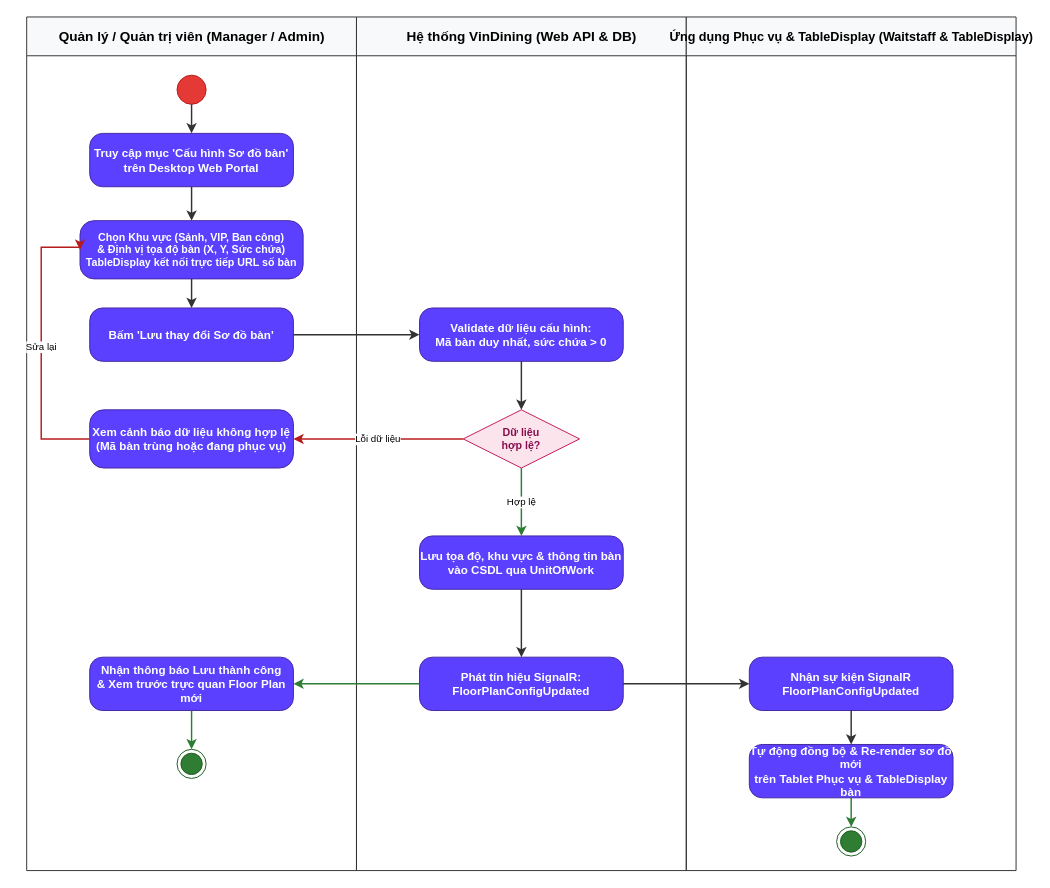
Before: docs/phase1/drawio/ad08_floor_plan.drawio in AndrewQng/VinDining, a draw.io diagram. Source tidied: cells renumbered, new cells numbered last; positions are measured from the earlier drawing's top-left corner, leaving out a move shared by most shapes. Both pictures are drawn from the tidied source at 97%, with x=0, y=0 at pixel (26, 16).
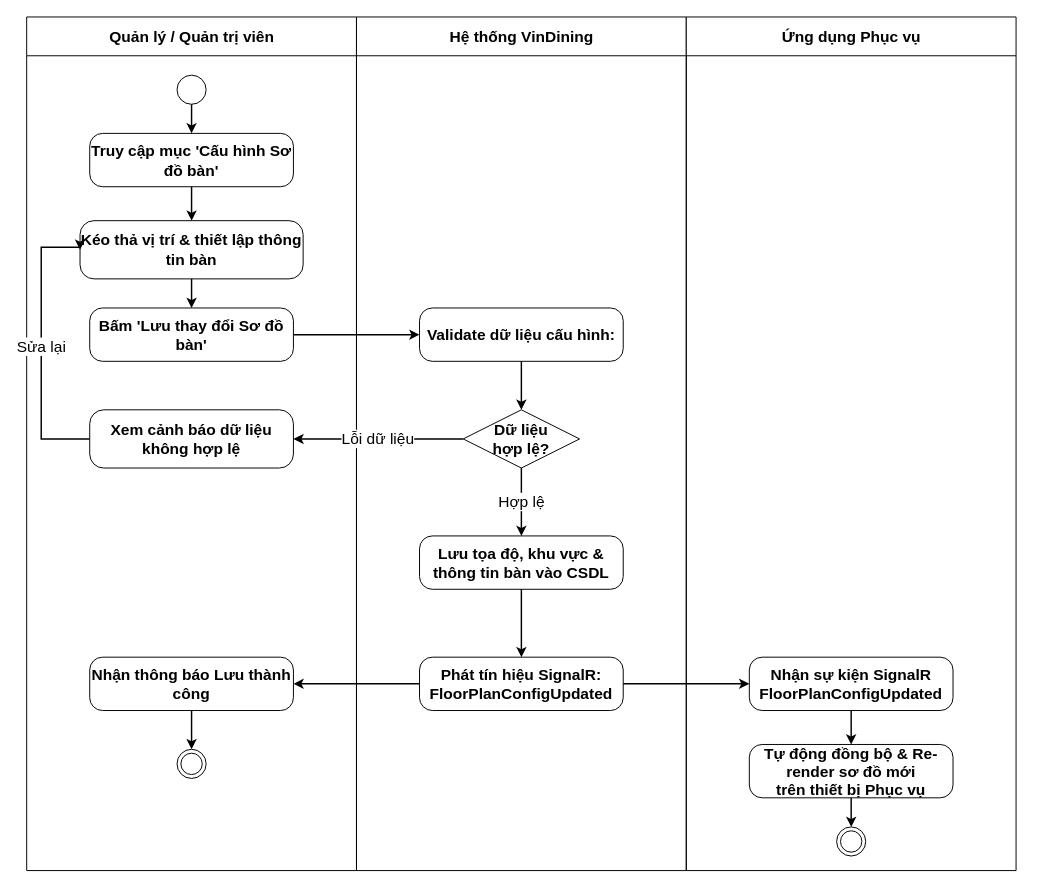
The same diagram, later.

Change to the diagram source:
```diff
@@
-    <mxCell id="2" value="Quản lý / Quản trị viên (Manager / Admin)" style="swimlane;html=1;startSize=40;horizontal=1;fontStyle=1;fontSize=14;align=center;verticalAlign=middle;fillColor=#f8f9fa;strokeColor=#333333;swimlaneLine=1;" parent="1" vertex="1">
+    <mxCell id="2" value="Quản lý / Quản trị viên" style="swimlane;html=1;startSize=40;horizontal=1;fontStyle=1;fontSize=16;align=center;verticalAlign=middle;swimlaneLine=1;" parent="1" vertex="1">
       <mxGeometry width="340" height="880" as="geometry" />
     </mxCell>
-    <mxCell id="3" style="ellipse;whiteSpace=wrap;html=1;fillColor=#e53935;strokeColor=#b71c1c;" parent="2" vertex="1">
+    <mxCell id="3" style="ellipse;whiteSpace=wrap;html=1;fontSize=16;" parent="2" vertex="1">
       <mxGeometry x="155" y="60" width="30" height="30" as="geometry" />
     </mxCell>
-    <mxCell id="4" value="Truy cập mục 'Cấu hình Sơ đồ bàn'&#10;trên Desktop Web Portal" style="rounded=1;arcSize=24;whiteSpace=wrap;html=1;fillColor=#5b40ff;strokeColor=#4527a0;fontColor=#ffffff;fontStyle=1;fontSize=12;align=center;verticalAlign=middle;" parent="2" vertex="1">
+    <mxCell id="4" value="Truy cập mục 'Cấu hình Sơ đồ bàn'" style="rounded=1;arcSize=24;whiteSpace=wrap;html=1;fontStyle=1;fontSize=16;align=center;verticalAlign=middle;" parent="2" vertex="1">
       <mxGeometry x="65" y="120" width="210" height="55" as="geometry" />
     </mxCell>
-    <mxCell id="5" value="Chọn Khu vực (Sảnh, VIP, Ban công)&#10;&amp; Định vị tọa độ bàn (X, Y, Sức chứa)&#10;TableDisplay kết nối trực tiếp URL số bàn" style="rounded=1;arcSize=24;whiteSpace=wrap;html=1;fillColor=#5b40ff;strokeColor=#4527a0;fontColor=#ffffff;fontStyle=1;fontSize=11;align=center;verticalAlign=middle;" parent="2" vertex="1">
+    <mxCell id="5" value="Kéo thả vị trí &amp;amp; thiết lập thông tin bàn" style="rounded=1;arcSize=24;whiteSpace=wrap;html=1;fontStyle=1;fontSize=16;align=center;verticalAlign=middle;" parent="2" vertex="1">
       <mxGeometry x="55" y="210" width="230" height="60" as="geometry" />
     </mxCell>
-    <mxCell id="6" value="Bấm 'Lưu thay đổi Sơ đồ bàn'" style="rounded=1;arcSize=24;whiteSpace=wrap;html=1;fillColor=#5b40ff;strokeColor=#4527a0;fontColor=#ffffff;fontStyle=1;fontSize=12;align=center;verticalAlign=middle;" parent="2" vertex="1">
+    <mxCell id="6" value="Bấm 'Lưu thay đổi Sơ đồ bàn'" style="rounded=1;arcSize=24;whiteSpace=wrap;html=1;fontStyle=1;fontSize=16;align=center;verticalAlign=middle;" parent="2" vertex="1">
       <mxGeometry x="65" y="300" width="210" height="55" as="geometry" />
     </mxCell>
-    <mxCell id="7" value="Xem cảnh báo dữ liệu không hợp lệ&#10;(Mã bàn trùng hoặc đang phục vụ)" style="rounded=1;arcSize=24;whiteSpace=wrap;html=1;fillColor=#5b40ff;strokeColor=#4527a0;fontColor=#ffffff;fontStyle=1;fontSize=12;align=center;verticalAlign=middle;" parent="2" vertex="1">
+    <mxCell id="7" value="Xem cảnh báo dữ liệu không hợp lệ" style="rounded=1;arcSize=24;whiteSpace=wrap;html=1;fontStyle=1;fontSize=16;align=center;verticalAlign=middle;" parent="2" vertex="1">
       <mxGeometry x="65" y="405" width="210" height="60" as="geometry" />
     </mxCell>
-    <mxCell id="8" value="Nhận thông báo Lưu thành công&#10;&amp; Xem trước trực quan Floor Plan mới" style="rounded=1;arcSize=24;whiteSpace=wrap;html=1;fillColor=#5b40ff;strokeColor=#4527a0;fontColor=#ffffff;fontStyle=1;fontSize=12;align=center;verticalAlign=middle;" parent="2" vertex="1">
+    <mxCell id="8" value="Nhận thông báo Lưu thành công" style="rounded=1;arcSize=24;whiteSpace=wrap;html=1;fontStyle=1;fontSize=16;align=center;verticalAlign=middle;" parent="2" vertex="1">
       <mxGeometry x="65" y="660" width="210" height="55" as="geometry" />
     </mxCell>
-    <mxCell id="9" style="ellipse;html=1;shape=endState;fillColor=#2e7d32;strokeColor=#1b5e20;" parent="2" vertex="1">
+    <mxCell id="9" style="ellipse;html=1;shape=endState;fontSize=16;" parent="2" vertex="1">
       <mxGeometry x="155" y="755" width="30" height="30" as="geometry" />
     </mxCell>
-    <mxCell id="10" value="Hệ thống VinDining (Web API &amp; DB)" style="swimlane;html=1;startSize=40;horizontal=1;fontStyle=1;fontSize=14;align=center;verticalAlign=middle;fillColor=#f8f9fa;strokeColor=#333333;swimlaneLine=1;" parent="1" vertex="1">
+    <mxCell id="10" value="Hệ thống VinDining" style="swimlane;html=1;startSize=40;horizontal=1;fontStyle=1;fontSize=16;align=center;verticalAlign=middle;swimlaneLine=1;" parent="1" vertex="1">
       <mxGeometry x="340" width="340" height="880" as="geometry" />
     </mxCell>
-    <mxCell id="11" value="Validate dữ liệu cấu hình:&#10;Mã bàn duy nhất, sức chứa &gt; 0" style="rounded=1;arcSize=24;whiteSpace=wrap;html=1;fillColor=#5b40ff;strokeColor=#4527a0;fontColor=#ffffff;fontStyle=1;fontSize=12;align=center;verticalAlign=middle;" parent="10" vertex="1">
+    <mxCell id="11" value="Validate dữ liệu cấu hình:" style="rounded=1;arcSize=24;whiteSpace=wrap;html=1;fontStyle=1;fontSize=16;align=center;verticalAlign=middle;" parent="10" vertex="1">
       <mxGeometry x="65" y="300" width="210" height="55" as="geometry" />
     </mxCell>
-    <mxCell id="12" value="Dữ liệu&#10;hợp lệ?" style="rhombus;whiteSpace=wrap;html=1;fillColor=#fce4ec;strokeColor=#c2185b;fontColor=#880e4f;fontStyle=1;fontSize=11;align=center;verticalAlign=middle;" parent="10" vertex="1">
+    <mxCell id="12" value="Dữ liệu&#10;hợp lệ?" style="rhombus;whiteSpace=wrap;html=1;fontStyle=1;fontSize=16;align=center;verticalAlign=middle;" parent="10" vertex="1">
       <mxGeometry x="110" y="405" width="120" height="60" as="geometry" />
     </mxCell>
-    <mxCell id="13" value="Lưu tọa độ, khu vực &amp; thông tin bàn&#10;vào CSDL qua UnitOfWork" style="rounded=1;arcSize=24;whiteSpace=wrap;html=1;fillColor=#5b40ff;strokeColor=#4527a0;fontColor=#ffffff;fontStyle=1;fontSize=12;align=center;verticalAlign=middle;" parent="10" vertex="1">
+    <mxCell id="13" value="Lưu tọa độ, khu vực &amp;amp; thông tin bàn vào CSDL" style="rounded=1;arcSize=24;whiteSpace=wrap;html=1;fontStyle=1;fontSize=16;align=center;verticalAlign=middle;" parent="10" vertex="1">
       <mxGeometry x="65" y="535" width="210" height="55" as="geometry" />
     </mxCell>
-    <mxCell id="14" value="Phát tín hiệu SignalR:&#10;FloorPlanConfigUpdated" style="rounded=1;arcSize=24;whiteSpace=wrap;html=1;fillColor=#5b40ff;strokeColor=#4527a0;fontColor=#ffffff;fontStyle=1;fontSize=12;align=center;verticalAlign=middle;" parent="10" vertex="1">
+    <mxCell id="14" value="Phát tín hiệu SignalR:&#10;FloorPlanConfigUpdated" style="rounded=1;arcSize=24;whiteSpace=wrap;html=1;fontStyle=1;fontSize=16;align=center;verticalAlign=middle;" parent="10" vertex="1">
       <mxGeometry x="65" y="660" width="210" height="55" as="geometry" />
     </mxCell>
-    <mxCell id="15" value="Ứng dụng Phục vụ &amp; TableDisplay (Waitstaff &amp; TableDisplay)" style="swimlane;html=1;startSize=40;horizontal=1;fontStyle=1;fontSize=13;align=center;verticalAlign=middle;fillColor=#f8f9fa;strokeColor=#333333;swimlaneLine=1;" parent="1" vertex="1">
+    <mxCell id="15" value="Ứng dụng Phục vụ" style="swimlane;html=1;startSize=40;horizontal=1;fontStyle=1;fontSize=16;align=center;verticalAlign=middle;swimlaneLine=1;" parent="1" vertex="1">
       <mxGeometry x="680" width="340" height="880" as="geometry" />
     </mxCell>
-    <mxCell id="16" value="Nhận sự kiện SignalR&#10;FloorPlanConfigUpdated" style="rounded=1;arcSize=24;whiteSpace=wrap;html=1;fillColor=#5b40ff;strokeColor=#4527a0;fontColor=#ffffff;fontStyle=1;fontSize=12;align=center;verticalAlign=middle;" parent="15" vertex="1">
+    <mxCell id="16" value="Nhận sự kiện SignalR&#10;FloorPlanConfigUpdated" style="rounded=1;arcSize=24;whiteSpace=wrap;html=1;fontStyle=1;fontSize=16;align=center;verticalAlign=middle;" parent="15" vertex="1">
       <mxGeometry x="65" y="660" width="210" height="55" as="geometry" />
     </mxCell>
-    <mxCell id="17" value="Tự động đồng bộ &amp; Re-render sơ đồ mới&#10;trên Tablet Phục vụ &amp; TableDisplay bàn" style="rounded=1;arcSize=24;whiteSpace=wrap;html=1;fillColor=#5b40ff;strokeColor=#4527a0;fontColor=#ffffff;fontStyle=1;fontSize=12;align=center;verticalAlign=middle;" parent="15" vertex="1">
+    <mxCell id="17" value="Tự động đồng bộ &amp;amp; Re-render sơ đồ mới&#10;trên thiết bị Phục vụ" style="rounded=1;arcSize=24;whiteSpace=wrap;html=1;fontStyle=1;fontSize=16;align=center;verticalAlign=middle;" parent="15" vertex="1">
       <mxGeometry x="65" y="750" width="210" height="55" as="geometry" />
     </mxCell>
-    <mxCell id="18" style="ellipse;html=1;shape=endState;fillColor=#2e7d32;strokeColor=#1b5e20;" parent="15" vertex="1">
+    <mxCell id="18" style="ellipse;html=1;shape=endState;fontSize=16;" parent="15" vertex="1">
       <mxGeometry x="155" y="835" width="30" height="30" as="geometry" />
     </mxCell>
-    <mxCell id="19" style="edgeStyle=orthogonalEdgeStyle;rounded=0;strokeColor=#333333;strokeWidth=1.5;html=1;" parent="1" edge="1" source="3" target="4">
+    <mxCell id="19" style="edgeStyle=orthogonalEdgeStyle;rounded=0;strokeWidth=1.5;html=1;fontSize=16;" parent="1" edge="1" source="3" target="4">
       <mxGeometry relative="1" as="geometry" />
     </mxCell>
-    <mxCell id="20" style="edgeStyle=orthogonalEdgeStyle;rounded=0;strokeColor=#333333;strokeWidth=1.5;html=1;" parent="1" edge="1" source="4" target="5">
+    <mxCell id="20" style="edgeStyle=orthogonalEdgeStyle;rounded=0;strokeWidth=1.5;html=1;fontSize=16;" parent="1" edge="1" source="4" target="5">
       <mxGeometry relative="1" as="geometry" />
     </mxCell>
-    <mxCell id="21" style="edgeStyle=orthogonalEdgeStyle;rounded=0;strokeColor=#333333;strokeWidth=1.5;html=1;" parent="1" edge="1" source="5" target="6">
+    <mxCell id="21" style="edgeStyle=orthogonalEdgeStyle;rounded=0;strokeWidth=1.5;html=1;fontSize=16;" parent="1" edge="1" source="5" target="6">
       <mxGeometry relative="1" as="geometry" />
     </mxCell>
-    <mxCell id="22" style="edgeStyle=orthogonalEdgeStyle;rounded=0;strokeColor=#333333;strokeWidth=1.5;html=1;exitX=1;exitY=0.5;entryX=0;entryY=0.5;" parent="1" edge="1" source="6" target="11">
+    <mxCell id="22" style="edgeStyle=orthogonalEdgeStyle;rounded=0;strokeWidth=1.5;html=1;exitX=1;exitY=0.5;entryX=0;entryY=0.5;fontSize=16;" parent="1" edge="1" source="6" target="11">
       <mxGeometry relative="1" as="geometry" />
     </mxCell>
-    <mxCell id="23" style="edgeStyle=orthogonalEdgeStyle;rounded=0;strokeColor=#333333;strokeWidth=1.5;html=1;exitX=0.5;exitY=1;entryX=0.5;entryY=0;" parent="1" edge="1" source="11" target="12">
+    <mxCell id="23" style="edgeStyle=orthogonalEdgeStyle;rounded=0;strokeWidth=1.5;html=1;exitX=0.5;exitY=1;entryX=0.5;entryY=0;fontSize=16;" parent="1" edge="1" source="11" target="12">
       <mxGeometry relative="1" as="geometry" />
     </mxCell>
-    <mxCell id="24" value="Lỗi dữ liệu" style="edgeStyle=orthogonalEdgeStyle;rounded=0;strokeColor=#b71c1c;strokeWidth=1.5;html=1;fontSize=10;labelBackgroundColor=#ffffff;exitX=0;exitY=0.5;entryX=1;entryY=0.5;" parent="1" edge="1" source="12" target="7">
+    <mxCell id="24" value="Lỗi dữ liệu" style="edgeStyle=orthogonalEdgeStyle;rounded=0;strokeWidth=1.5;html=1;fontSize=16;labelBackgroundColor=#ffffff;exitX=0;exitY=0.5;entryX=1;entryY=0.5;" parent="1" edge="1" source="12" target="7">
       <mxGeometry relative="1" as="geometry" />
     </mxCell>
-    <mxCell id="25" value="Sửa lại" style="edgeStyle=orthogonalEdgeStyle;rounded=0;strokeColor=#b71c1c;strokeWidth=1.5;html=1;fontSize=10;labelBackgroundColor=#ffffff;exitX=0;exitY=0.5;entryX=0;entryY=0.5;" parent="1" edge="1" source="7" target="5">
+    <mxCell id="25" value="Sửa lại" style="edgeStyle=orthogonalEdgeStyle;rounded=0;strokeWidth=1.5;html=1;fontSize=16;labelBackgroundColor=#ffffff;exitX=0;exitY=0.5;entryX=0;entryY=0.5;" parent="1" edge="1" source="7" target="5">
       <mxGeometry relative="1" as="geometry">
         <Array as="points">
           <mxPoint x="15" y="435" />
           <mxPoint x="15" y="237.5" />
         </Array>
       </mxGeometry>
     </mxCell>
-    <mxCell id="26" value="Hợp lệ" style="edgeStyle=orthogonalEdgeStyle;rounded=0;strokeColor=#2e7d32;strokeWidth=1.5;html=1;fontSize=10;labelBackgroundColor=#ffffff;exitX=0.5;exitY=1;entryX=0.5;entryY=0;" parent="1" edge="1" source="12" target="13">
+    <mxCell id="26" value="Hợp lệ" style="edgeStyle=orthogonalEdgeStyle;rounded=0;strokeWidth=1.5;html=1;fontSize=16;labelBackgroundColor=#ffffff;exitX=0.5;exitY=1;entryX=0.5;entryY=0;" parent="1" edge="1" source="12" target="13">
       <mxGeometry relative="1" as="geometry" />
     </mxCell>
-    <mxCell id="27" style="edgeStyle=orthogonalEdgeStyle;rounded=0;strokeColor=#333333;strokeWidth=1.5;html=1;exitX=0.5;exitY=1;entryX=0.5;entryY=0;" parent="1" edge="1" source="13" target="14">
+    <mxCell id="27" style="edgeStyle=orthogonalEdgeStyle;rounded=0;strokeWidth=1.5;html=1;exitX=0.5;exitY=1;entryX=0.5;entryY=0;fontSize=16;" parent="1" edge="1" source="13" target="14">
       <mxGeometry relative="1" as="geometry" />
     </mxCell>
-    <mxCell id="28" style="edgeStyle=orthogonalEdgeStyle;rounded=0;strokeColor=#2e7d32;strokeWidth=1.5;html=1;exitX=0;exitY=0.5;entryX=1;entryY=0.5;" parent="1" edge="1" source="14" target="8">
+    <mxCell id="28" style="edgeStyle=orthogonalEdgeStyle;rounded=0;strokeWidth=1.5;html=1;exitX=0;exitY=0.5;entryX=1;entryY=0.5;fontSize=16;" parent="1" edge="1" source="14" target="8">
       <mxGeometry relative="1" as="geometry" />
     </mxCell>
-    <mxCell id="29" style="edgeStyle=orthogonalEdgeStyle;rounded=0;strokeColor=#2e7d32;strokeWidth=1.5;html=1;exitX=0.5;exitY=1;entryX=0.5;entryY=0;" parent="1" edge="1" source="8" target="9">
+    <mxCell id="29" style="edgeStyle=orthogonalEdgeStyle;rounded=0;strokeWidth=1.5;html=1;exitX=0.5;exitY=1;entryX=0.5;entryY=0;fontSize=16;" parent="1" edge="1" source="8" target="9">
       <mxGeometry relative="1" as="geometry" />
     </mxCell>
-    <mxCell id="30" style="edgeStyle=orthogonalEdgeStyle;rounded=0;strokeColor=#333333;strokeWidth=1.5;html=1;exitX=1;exitY=0.5;entryX=0;entryY=0.5;" parent="1" edge="1" source="14" target="16">
+    <mxCell id="30" style="edgeStyle=orthogonalEdgeStyle;rounded=0;strokeWidth=1.5;html=1;exitX=1;exitY=0.5;entryX=0;entryY=0.5;fontSize=16;" parent="1" edge="1" source="14" target="16">
       <mxGeometry relative="1" as="geometry" />
     </mxCell>
-    <mxCell id="31" style="edgeStyle=orthogonalEdgeStyle;rounded=0;strokeColor=#333333;strokeWidth=1.5;html=1;exitX=0.5;exitY=1;entryX=0.5;entryY=0;" parent="1" edge="1" source="16" target="17">
+    <mxCell id="31" style="edgeStyle=orthogonalEdgeStyle;rounded=0;strokeWidth=1.5;html=1;exitX=0.5;exitY=1;entryX=0.5;entryY=0;fontSize=16;" parent="1" edge="1" source="16" target="17">
       <mxGeometry relative="1" as="geometry" />
     </mxCell>
-    <mxCell id="32" style="edgeStyle=orthogonalEdgeStyle;rounded=0;strokeColor=#2e7d32;strokeWidth=1.5;html=1;exitX=0.5;exitY=1;entryX=0.5;entryY=0;" parent="1" edge="1" source="17" target="18">
+    <mxCell id="32" style="edgeStyle=orthogonalEdgeStyle;rounded=0;strokeWidth=1.5;html=1;exitX=0.5;exitY=1;entryX=0.5;entryY=0;fontSize=16;" parent="1" edge="1" source="17" target="18">
       <mxGeometry relative="1" as="geometry" />
     </mxCell>
```
